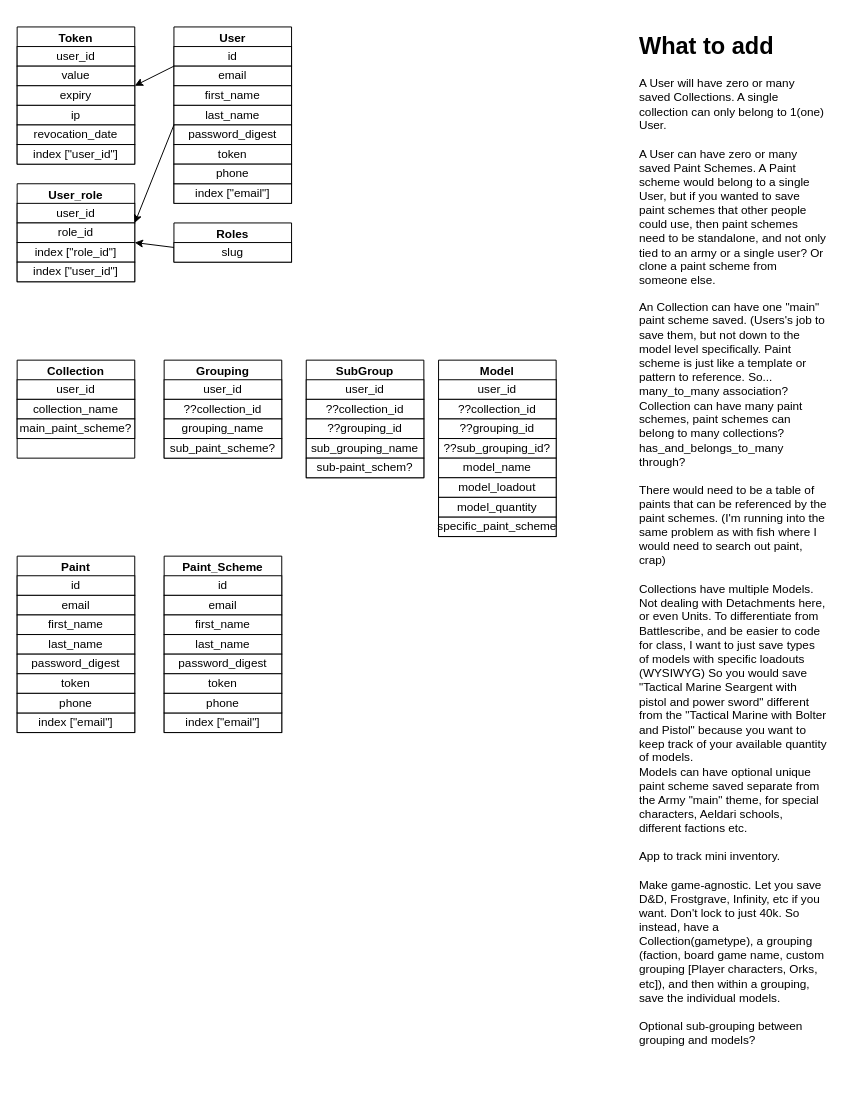
KalonOhm/project-api keeps this draw.io diagram as app/associations.drawio. Above is the earlier version. Source tidied: cells renumbered, new cells numbered last; positions are measured from the earlier drawing's top-left corner, leaving out a move shared by most shapes. Both pictures are drawn from the tidied source at 98%, with x=0, y=0 at pixel (17, 26).
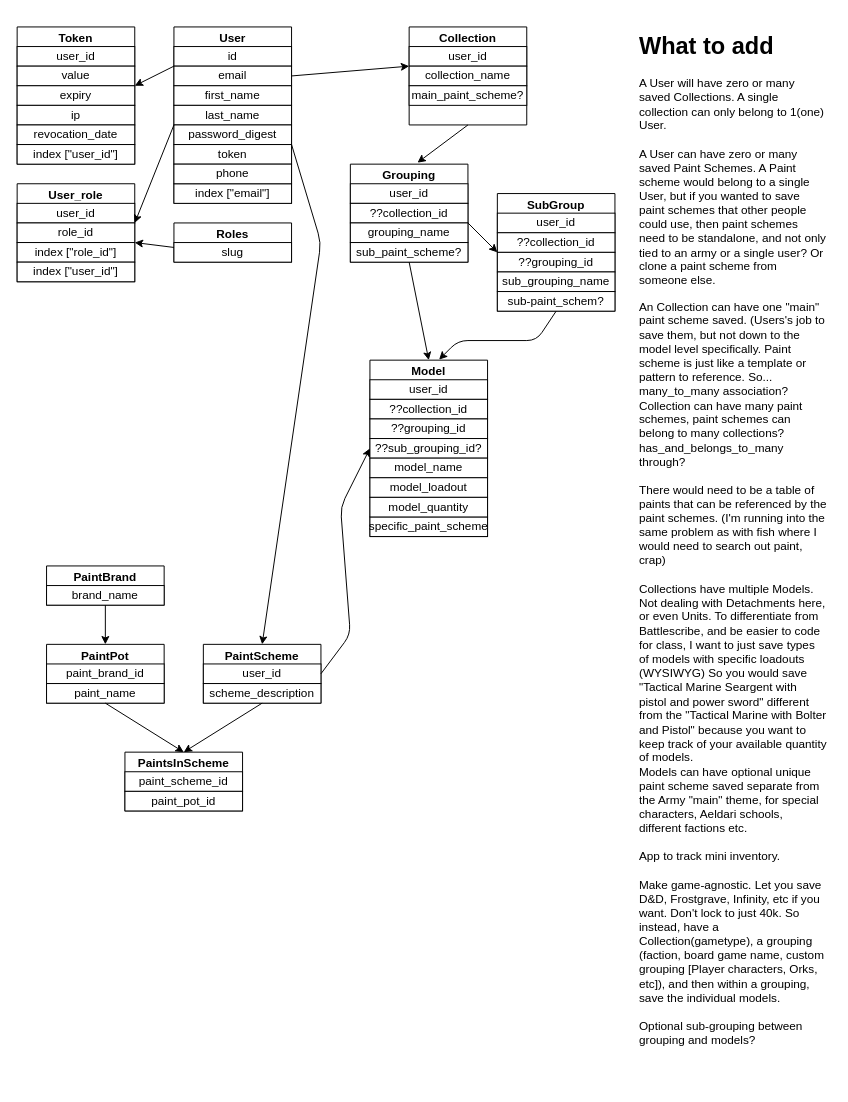
The same page after the edit.

The change refers to these unchanged cells:
```xml
<mxCell id="10" value="email" style="text;html=1;strokeColor=none;fillColor=none;align=center;verticalAlign=middle;whiteSpace=wrap;rounded=0;" parent="2" vertex="1">
  <mxGeometry y="40" width="120" height="20" as="geometry" />
</mxCell>
<mxCell id="14" value="token" style="text;html=1;strokeColor=none;fillColor=none;align=center;verticalAlign=middle;whiteSpace=wrap;rounded=0;" parent="2" vertex="1">
  <mxGeometry y="120" width="120" height="20" as="geometry" />
</mxCell>
<mxCell id="47" value="collection_name" style="text;html=1;strokeColor=none;fillColor=none;align=center;verticalAlign=middle;whiteSpace=wrap;rounded=0;" parent="42" vertex="1">
  <mxGeometry y="40" width="120" height="20" as="geometry" />
</mxCell>
<mxCell id="58" value="grouping_name" style="text;html=1;strokeColor=none;fillColor=none;align=center;verticalAlign=middle;whiteSpace=wrap;rounded=0;" parent="52" vertex="1">
  <mxGeometry y="60" width="120" height="20" as="geometry" />
</mxCell>
<mxCell id="59" value="sub_paint_scheme?" style="text;html=1;strokeColor=none;fillColor=none;align=center;verticalAlign=middle;whiteSpace=wrap;rounded=0;" parent="52" vertex="1">
  <mxGeometry y="80" width="120" height="20" as="geometry" />
</mxCell>
<mxCell id="68" value="??collection_id" style="text;html=1;strokeColor=none;fillColor=none;align=center;verticalAlign=middle;whiteSpace=wrap;rounded=0;" parent="61" vertex="1">
  <mxGeometry y="40" width="120" height="20" as="geometry" />
</mxCell>
<mxCell id="71" value="sub-paint_schem?" style="text;html=1;strokeColor=none;fillColor=none;align=center;verticalAlign=middle;whiteSpace=wrap;rounded=0;" parent="61" vertex="1">
  <mxGeometry y="100" width="120" height="20" as="geometry" />
</mxCell>
<mxCell id="79" value="??sub_grouping_id?" style="text;html=1;strokeColor=none;fillColor=none;align=center;verticalAlign=middle;whiteSpace=wrap;rounded=0;" parent="72" vertex="1">
  <mxGeometry y="80" width="120" height="20" as="geometry" />
</mxCell>
```

What changed in the source:
```diff
@@
+    <mxCell id="116" style="edgeStyle=none;html=1;exitX=0.5;exitY=1;exitDx=0;exitDy=0;entryX=0.571;entryY=-0.015;entryDx=0;entryDy=0;entryPerimeter=0;" parent="1" edge="1" source="42" target="52">
+      <mxGeometry relative="1" as="geometry" />
+    </mxCell>
     <mxCell id="42" value="Collection" style="swimlane;whiteSpace=wrap;html=1;" parent="1" vertex="1">
-      <mxGeometry y="340" width="120" height="100" as="geometry" />
+      <mxGeometry x="400" width="120" height="100" as="geometry" />
     </mxCell>
@@
     <mxCell id="52" value="Grouping" style="swimlane;whiteSpace=wrap;html=1;" parent="1" vertex="1">
-      <mxGeometry x="150" y="340" width="120" height="100" as="geometry" />
+      <mxGeometry x="340" y="140" width="120" height="100" as="geometry" />
     </mxCell>
@@
     <mxCell id="61" value="SubGroup" style="swimlane;whiteSpace=wrap;html=1;" parent="1" vertex="1">
-      <mxGeometry x="295" y="340" width="120" height="120" as="geometry" />
+      <mxGeometry x="490" y="170" width="120" height="120" as="geometry" />
     </mxCell>
@@
     <mxCell id="72" value="Model" style="swimlane;whiteSpace=wrap;html=1;" parent="1" vertex="1">
-      <mxGeometry x="430" y="340" width="120" height="180" as="geometry" />
+      <mxGeometry x="360" y="340" width="120" height="180" as="geometry" />
     </mxCell>
@@
-    <mxCell id="86" value="Paint" style="swimlane;whiteSpace=wrap;html=1;" parent="1" vertex="1">
-      <mxGeometry y="540" width="120" height="180" as="geometry" />
+    <mxCell id="86" value="PaintPot" style="swimlane;whiteSpace=wrap;html=1;" parent="1" vertex="1">
+      <mxGeometry x="30" y="630" width="120" height="60" as="geometry" />
     </mxCell>
@@
-    <mxCell id="89" style="rounded=0;whiteSpace=wrap;html=1;" parent="86" vertex="1">
-      <mxGeometry y="60" width="120" height="20" as="geometry" />
-    </mxCell>
-    <mxCell id="90" style="rounded=0;whiteSpace=wrap;html=1;" parent="86" vertex="1">
-      <mxGeometry y="80" width="120" height="20" as="geometry" />
-    </mxCell>
-    <mxCell id="91" style="rounded=0;whiteSpace=wrap;html=1;" parent="86" vertex="1">
-      <mxGeometry y="100" width="120" height="20" as="geometry" />
-    </mxCell>
-    <mxCell id="92" style="rounded=0;whiteSpace=wrap;html=1;" parent="86" vertex="1">
-      <mxGeometry y="120" width="120" height="20" as="geometry" />
-    </mxCell>
-    <mxCell id="93" value="id" style="text;html=1;strokeColor=none;fillColor=none;align=center;verticalAlign=middle;whiteSpace=wrap;rounded=0;" parent="86" vertex="1">
-      <mxGeometry y="20" width="120" height="20" as="geometry" />
-    </mxCell>
-    <mxCell id="94" value="email" style="text;html=1;strokeColor=none;fillColor=none;align=center;verticalAlign=middle;whiteSpace=wrap;rounded=0;" parent="86" vertex="1">
+    <mxCell id="94" value="paint_name" style="text;html=1;strokeColor=none;fillColor=none;align=center;verticalAlign=middle;whiteSpace=wrap;rounded=0;" parent="86" vertex="1">
       <mxGeometry y="40" width="120" height="20" as="geometry" />
     </mxCell>
-    <mxCell id="95" value="first_name" style="text;html=1;strokeColor=none;fillColor=none;align=center;verticalAlign=middle;whiteSpace=wrap;rounded=0;" parent="86" vertex="1">
-      <mxGeometry y="60" width="120" height="20" as="geometry" />
-    </mxCell>
-    <mxCell id="96" value="last_name" style="text;html=1;strokeColor=none;fillColor=none;align=center;verticalAlign=middle;whiteSpace=wrap;rounded=0;" parent="86" vertex="1">
-      <mxGeometry y="80" width="120" height="20" as="geometry" />
-    </mxCell>
-    <mxCell id="97" value="password_digest" style="text;html=1;strokeColor=none;fillColor=none;align=center;verticalAlign=middle;whiteSpace=wrap;rounded=0;" parent="86" vertex="1">
-      <mxGeometry y="100" width="120" height="20" as="geometry" />
-    </mxCell>
-    <mxCell id="98" value="token" style="text;html=1;strokeColor=none;fillColor=none;align=center;verticalAlign=middle;whiteSpace=wrap;rounded=0;" parent="86" vertex="1">
-      <mxGeometry y="120" width="120" height="20" as="geometry" />
-    </mxCell>
-    <mxCell id="99" value="index [&quot;email&quot;]" style="rounded=0;whiteSpace=wrap;html=1;" parent="86" vertex="1">
-      <mxGeometry y="160" width="120" height="20" as="geometry" />
-    </mxCell>
-    <mxCell id="100" value="phone" style="rounded=0;whiteSpace=wrap;html=1;" parent="86" vertex="1">
-      <mxGeometry y="140" width="120" height="20" as="geometry" />
-    </mxCell>
+    <mxCell id="117" value="paint_brand_id" style="text;html=1;strokeColor=none;fillColor=none;align=center;verticalAlign=middle;whiteSpace=wrap;rounded=0;" parent="86" vertex="1">
+      <mxGeometry y="20" width="120" height="20" as="geometry" />
+    </mxCell>
-    <mxCell id="101" value="Paint_Scheme" style="swimlane;whiteSpace=wrap;html=1;" parent="1" vertex="1">
-      <mxGeometry x="150" y="540" width="120" height="180" as="geometry" />
+    <mxCell id="101" value="PaintScheme" style="swimlane;whiteSpace=wrap;html=1;" parent="1" vertex="1">
+      <mxGeometry x="190" y="630" width="120" height="60" as="geometry" />
     </mxCell>
@@
-    <mxCell id="104" style="rounded=0;whiteSpace=wrap;html=1;" parent="101" vertex="1">
-      <mxGeometry y="60" width="120" height="20" as="geometry" />
-    </mxCell>
-    <mxCell id="105" style="rounded=0;whiteSpace=wrap;html=1;" parent="101" vertex="1">
-      <mxGeometry y="80" width="120" height="20" as="geometry" />
-    </mxCell>
-    <mxCell id="106" style="rounded=0;whiteSpace=wrap;html=1;" parent="101" vertex="1">
-      <mxGeometry y="100" width="120" height="20" as="geometry" />
-    </mxCell>
-    <mxCell id="107" style="rounded=0;whiteSpace=wrap;html=1;" parent="101" vertex="1">
-      <mxGeometry y="120" width="120" height="20" as="geometry" />
-    </mxCell>
-    <mxCell id="108" value="id" style="text;html=1;strokeColor=none;fillColor=none;align=center;verticalAlign=middle;whiteSpace=wrap;rounded=0;" parent="101" vertex="1">
+    <mxCell id="108" value="user_id" style="text;html=1;strokeColor=none;fillColor=none;align=center;verticalAlign=middle;whiteSpace=wrap;rounded=0;" parent="101" vertex="1">
       <mxGeometry y="20" width="120" height="20" as="geometry" />
     </mxCell>
-    <mxCell id="109" value="email" style="text;html=1;strokeColor=none;fillColor=none;align=center;verticalAlign=middle;whiteSpace=wrap;rounded=0;" parent="101" vertex="1">
+    <mxCell id="109" value="scheme_description" style="text;html=1;strokeColor=none;fillColor=none;align=center;verticalAlign=middle;whiteSpace=wrap;rounded=0;" parent="101" vertex="1">
       <mxGeometry y="40" width="120" height="20" as="geometry" />
     </mxCell>
-    <mxCell id="110" value="first_name" style="text;html=1;strokeColor=none;fillColor=none;align=center;verticalAlign=middle;whiteSpace=wrap;rounded=0;" parent="101" vertex="1">
-      <mxGeometry y="60" width="120" height="20" as="geometry" />
-    </mxCell>
-    <mxCell id="111" value="last_name" style="text;html=1;strokeColor=none;fillColor=none;align=center;verticalAlign=middle;whiteSpace=wrap;rounded=0;" parent="101" vertex="1">
-      <mxGeometry y="80" width="120" height="20" as="geometry" />
-    </mxCell>
-    <mxCell id="112" value="password_digest" style="text;html=1;strokeColor=none;fillColor=none;align=center;verticalAlign=middle;whiteSpace=wrap;rounded=0;" parent="101" vertex="1">
-      <mxGeometry y="100" width="120" height="20" as="geometry" />
-    </mxCell>
-    <mxCell id="113" value="token" style="text;html=1;strokeColor=none;fillColor=none;align=center;verticalAlign=middle;whiteSpace=wrap;rounded=0;" parent="101" vertex="1">
-      <mxGeometry y="120" width="120" height="20" as="geometry" />
-    </mxCell>
-    <mxCell id="114" value="index [&quot;email&quot;]" style="rounded=0;whiteSpace=wrap;html=1;" parent="101" vertex="1">
-      <mxGeometry y="160" width="120" height="20" as="geometry" />
-    </mxCell>
-    <mxCell id="115" value="phone" style="rounded=0;whiteSpace=wrap;html=1;" parent="101" vertex="1">
-      <mxGeometry y="140" width="120" height="20" as="geometry" />
-    </mxCell>
+    <mxCell id="118" value="PaintBrand" style="swimlane;whiteSpace=wrap;html=1;" parent="1" vertex="1">
+      <mxGeometry x="30" y="550" width="120" height="40" as="geometry" />
+    </mxCell>
+    <mxCell id="119" style="rounded=0;whiteSpace=wrap;html=1;" parent="118" vertex="1">
+      <mxGeometry y="20" width="120" height="20" as="geometry" />
+    </mxCell>
+    <mxCell id="120" value="brand_name" style="text;html=1;strokeColor=none;fillColor=none;align=center;verticalAlign=middle;whiteSpace=wrap;rounded=0;" parent="118" vertex="1">
+      <mxGeometry y="20" width="120" height="20" as="geometry" />
+    </mxCell>
+    <mxCell id="121" value="PaintsInScheme" style="swimlane;whiteSpace=wrap;html=1;" parent="1" vertex="1">
+      <mxGeometry x="110" y="740" width="120" height="60" as="geometry" />
+    </mxCell>
+    <mxCell id="122" style="rounded=0;whiteSpace=wrap;html=1;" parent="121" vertex="1">
+      <mxGeometry y="20" width="120" height="20" as="geometry" />
+    </mxCell>
+    <mxCell id="123" style="rounded=0;whiteSpace=wrap;html=1;" parent="121" vertex="1">
+      <mxGeometry y="40" width="120" height="20" as="geometry" />
+    </mxCell>
+    <mxCell id="124" value="paint_pot_id" style="text;html=1;strokeColor=none;fillColor=none;align=center;verticalAlign=middle;whiteSpace=wrap;rounded=0;" parent="121" vertex="1">
+      <mxGeometry y="40" width="120" height="20" as="geometry" />
+    </mxCell>
+    <mxCell id="125" value="paint_scheme_id" style="text;html=1;strokeColor=none;fillColor=none;align=center;verticalAlign=middle;whiteSpace=wrap;rounded=0;" parent="121" vertex="1">
+      <mxGeometry y="20" width="120" height="20" as="geometry" />
+    </mxCell>
+    <mxCell id="126" style="edgeStyle=none;html=1;exitX=0.5;exitY=1;exitDx=0;exitDy=0;entryX=0.5;entryY=0;entryDx=0;entryDy=0;" parent="1" edge="1" source="120" target="86">
+      <mxGeometry relative="1" as="geometry" />
+    </mxCell>
+    <mxCell id="127" style="edgeStyle=none;html=1;exitX=0.5;exitY=1;exitDx=0;exitDy=0;entryX=0.5;entryY=0;entryDx=0;entryDy=0;" parent="1" edge="1" source="94" target="121">
+      <mxGeometry relative="1" as="geometry" />
+    </mxCell>
+    <mxCell id="128" style="edgeStyle=none;html=1;exitX=0.5;exitY=1;exitDx=0;exitDy=0;" parent="1" edge="1" source="109">
+      <mxGeometry relative="1" as="geometry">
+        <mxPoint x="170" y="740" as="targetPoint" />
+      </mxGeometry>
+    </mxCell>
+    <mxCell id="129" style="edgeStyle=none;html=1;exitX=1;exitY=0;exitDx=0;exitDy=0;entryX=0.5;entryY=0;entryDx=0;entryDy=0;" parent="1" edge="1" source="14" target="101">
+      <mxGeometry relative="1" as="geometry">
+        <Array as="points">
+          <mxPoint x="310" y="220" />
+        </Array>
+      </mxGeometry>
+    </mxCell>
+    <mxCell id="130" style="edgeStyle=none;html=1;exitX=1;exitY=0.5;exitDx=0;exitDy=0;entryX=0;entryY=0;entryDx=0;entryDy=0;" parent="1" edge="1" source="10" target="47">
+      <mxGeometry relative="1" as="geometry" />
+    </mxCell>
+    <mxCell id="131" style="edgeStyle=none;html=1;exitX=1;exitY=0;exitDx=0;exitDy=0;entryX=0;entryY=1;entryDx=0;entryDy=0;" parent="1" edge="1" source="58" target="68">
+      <mxGeometry relative="1" as="geometry" />
+    </mxCell>
+    <mxCell id="132" style="edgeStyle=none;html=1;exitX=0.5;exitY=1;exitDx=0;exitDy=0;entryX=0.5;entryY=0;entryDx=0;entryDy=0;" parent="1" edge="1" source="59" target="72">
+      <mxGeometry relative="1" as="geometry" />
+    </mxCell>
+    <mxCell id="133" style="edgeStyle=none;html=1;exitX=0.5;exitY=1;exitDx=0;exitDy=0;entryX=0.588;entryY=-0.003;entryDx=0;entryDy=0;entryPerimeter=0;" parent="1" edge="1" source="71" target="72">
+      <mxGeometry relative="1" as="geometry">
+        <Array as="points">
+          <mxPoint x="530" y="320" />
+          <mxPoint x="450" y="320" />
+        </Array>
+      </mxGeometry>
+    </mxCell>
+    <mxCell id="134" style="edgeStyle=none;html=1;exitX=1;exitY=0.5;exitDx=0;exitDy=0;entryX=0;entryY=0.5;entryDx=0;entryDy=0;" parent="1" edge="1" source="108" target="79">
+      <mxGeometry relative="1" as="geometry">
+        <Array as="points">
+          <mxPoint x="340" y="620" />
+          <mxPoint x="330" y="490" />
+        </Array>
+      </mxGeometry>
+    </mxCell>
```
